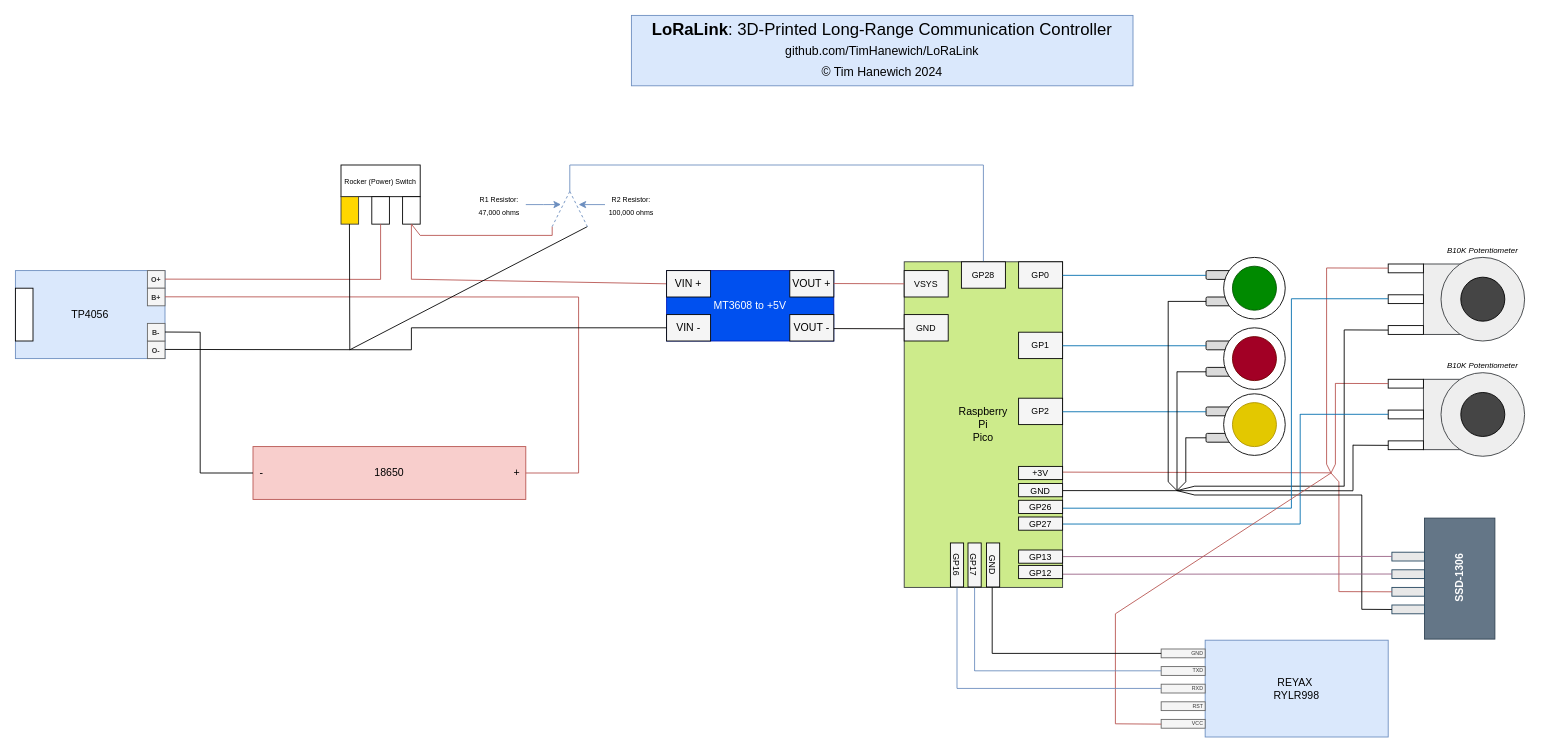
Earlier version of the draw.io diagram schematic.drawio (TimHanewich/LoRaLink). Source tidied: cells renumbered, new cells numbered last; positions are measured from the earlier drawing's top-left corner, leaving out a move shared by most shapes. Both pictures are drawn from the tidied source at 88%, with x=0, y=0 at pixel (15, 15).
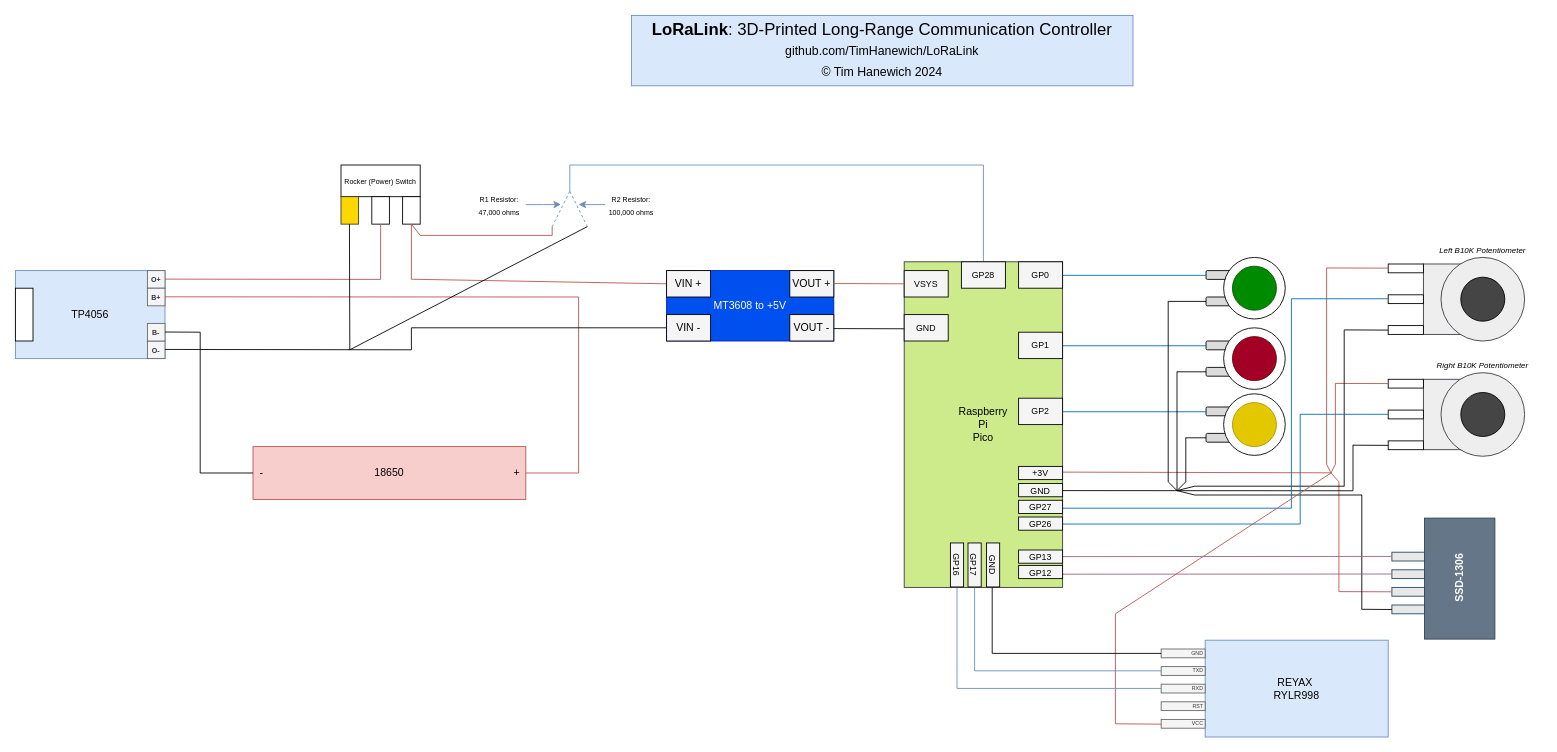
The same page after the edit.

What changed in the source:
```diff
@@
-    <mxCell id="66" value="B10K Potentiometer" style="text;html=1;align=center;verticalAlign=middle;whiteSpace=wrap;rounded=0;fontSize=9;fontStyle=2;" parent="1" vertex="1">
+    <mxCell id="66" value="Left B10K Potentiometer" style="text;html=1;align=center;verticalAlign=middle;whiteSpace=wrap;rounded=0;fontSize=9;fontStyle=2;" parent="1" vertex="1">
       <mxGeometry x="1601.2" y="259" width="132.5" height="15" as="geometry" />
     </mxCell>
@@
-    <mxCell id="73" value="B10K Potentiometer" style="text;html=1;align=center;verticalAlign=middle;whiteSpace=wrap;rounded=0;fontSize=9;fontStyle=2;" parent="1" vertex="1">
+    <mxCell id="73" value="Right B10K Potentiometer" style="text;html=1;align=center;verticalAlign=middle;whiteSpace=wrap;rounded=0;fontSize=9;fontStyle=2;" parent="1" vertex="1">
       <mxGeometry x="1601.2" y="390" width="132.5" height="15" as="geometry" />
     </mxCell>
@@
-    <mxCell id="113" value="GP26" style="rounded=0;whiteSpace=wrap;html=1;fillColor=#f5f5f5;fontSize=10;" parent="1" vertex="1">
+    <mxCell id="113" value="GP27" style="rounded=0;whiteSpace=wrap;html=1;fillColor=#f5f5f5;fontSize=10;" parent="1" vertex="1">
       <mxGeometry x="1140" y="551" width="50" height="15" as="geometry" />
     </mxCell>
-    <mxCell id="114" value="GP27" style="rounded=0;whiteSpace=wrap;html=1;fillColor=#f5f5f5;fontSize=10;" parent="1" vertex="1">
+    <mxCell id="114" value="GP26" style="rounded=0;whiteSpace=wrap;html=1;fillColor=#f5f5f5;fontSize=10;" parent="1" vertex="1">
       <mxGeometry x="1140" y="570" width="50" height="15" as="geometry" />
     </mxCell>
```
